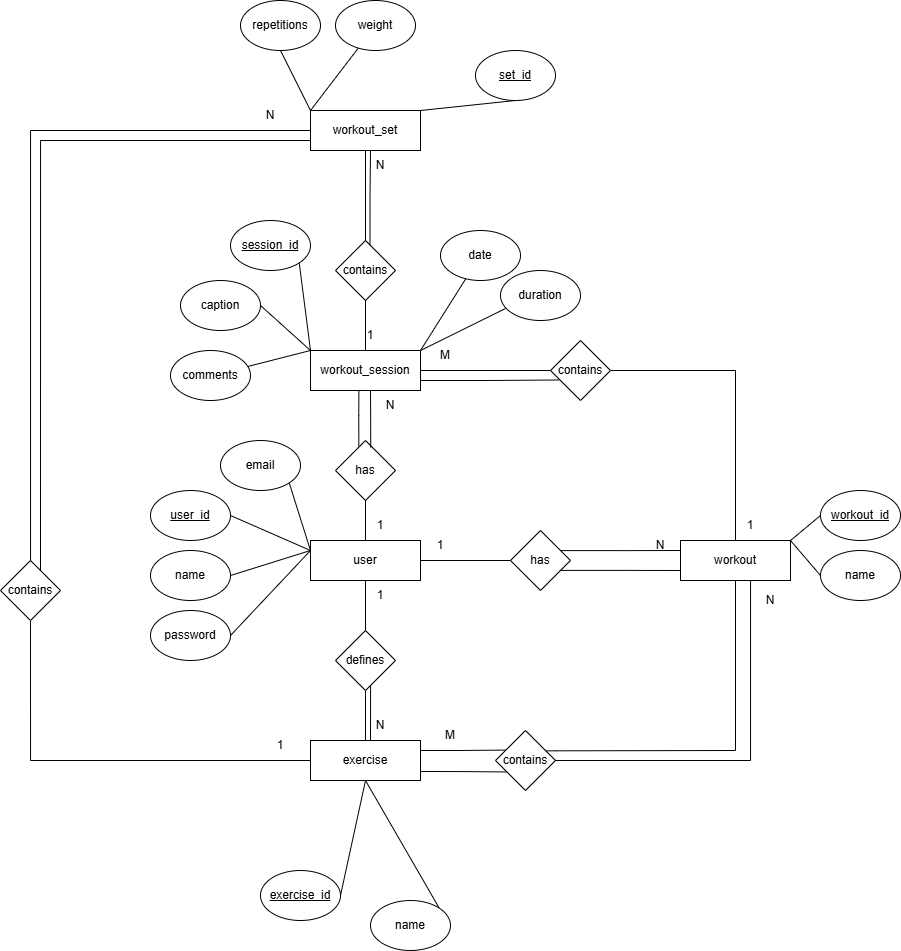
The draw.io diagram docs/workout_ermodel.png in Zabuelis/LiftingPal, before a commit. Source tidied: cells renumbered, new cells last; positions are measured from the earlier drawing's top-left corner, leaving out a move shared by most shapes.
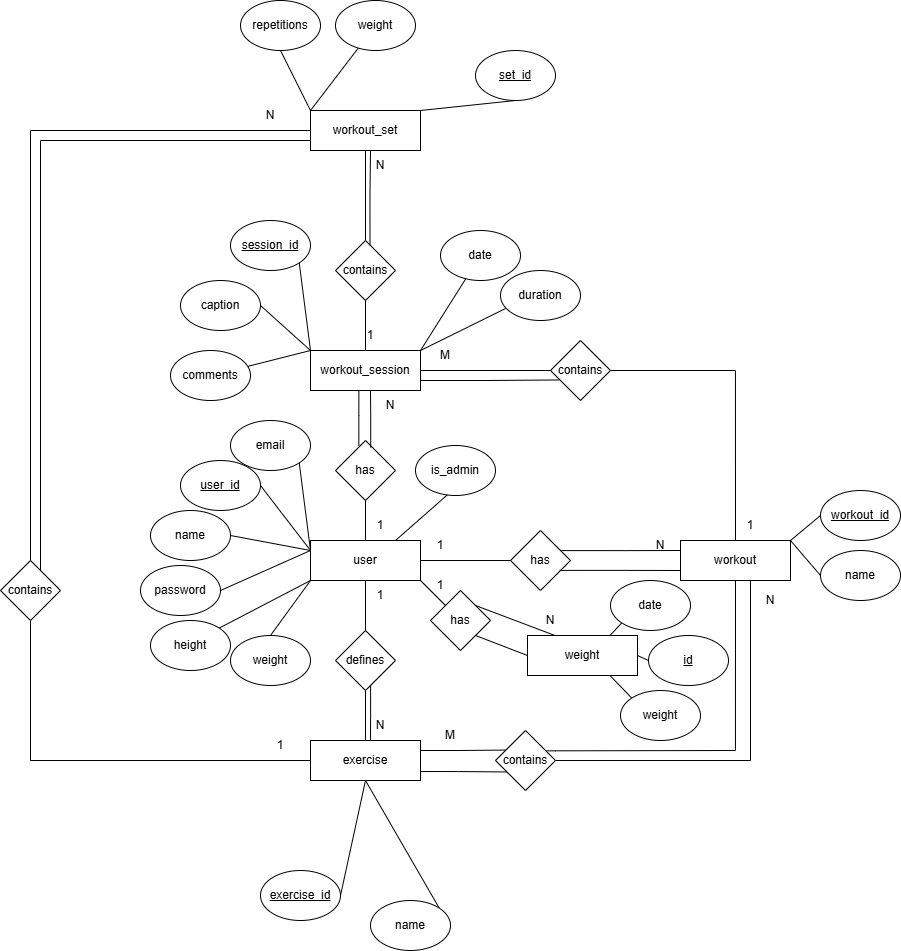
Later version of the same file.

What changed in the source:
```diff
@@ -11,6 +11,15 @@
     <mxCell id="4" style="edgeStyle=orthogonalEdgeStyle;rounded=0;jettySize=auto;html=1;exitX=0.5;exitY=1;exitDx=0;exitDy=0;entryX=0.5;entryY=0;entryDx=0;entryDy=0;endArrow=none;endFill=0;" parent="1" edge="1" source="5" target="29">
       <mxGeometry relative="1" as="geometry" />
     </mxCell>
+    <mxCell id="82" style="rounded=0;jettySize=auto;html=1;exitX=1;exitY=1;exitDx=0;exitDy=0;entryX=0;entryY=0;entryDx=0;entryDy=0;endArrow=none;endFill=0;" parent="1" edge="1" source="5" target="91">
+      <mxGeometry relative="1" as="geometry" />
+    </mxCell>
+    <mxCell id="83" style="rounded=0;jettySize=auto;html=1;exitX=0;exitY=1;exitDx=0;exitDy=0;entryX=1;entryY=0;entryDx=0;entryDy=0;endArrow=none;endFill=0;" parent="1" edge="1" source="5" target="97">
+      <mxGeometry relative="1" as="geometry" />
+    </mxCell>
+    <mxCell id="84" style="rounded=0;jettySize=auto;html=1;exitX=0;exitY=1;exitDx=0;exitDy=0;entryX=0.5;entryY=0;entryDx=0;entryDy=0;endArrow=none;endFill=0;" parent="1" edge="1" source="5" target="98">
+      <mxGeometry relative="1" as="geometry" />
+    </mxCell>
     <mxCell id="5" value="user" style="rounded=0;whiteSpace=wrap;html=1;" parent="1" vertex="1">
       <mxGeometry x="310" y="540" width="110" height="40" as="geometry" />
     </mxCell>
@@ -112,7 +121,7 @@
       <mxGeometry relative="1" as="geometry" />
     </mxCell>
     <mxCell id="36" value="&lt;u&gt;user_id&lt;/u&gt;" style="ellipse;whiteSpace=wrap;html=1;" parent="1" vertex="1">
-      <mxGeometry x="150" y="490" width="80" height="50" as="geometry" />
+      <mxGeometry x="180" y="460" width="80" height="50" as="geometry" />
     </mxCell>
     <mxCell id="37" style="rounded=0;jettySize=auto;html=1;exitX=1;exitY=0.5;exitDx=0;exitDy=0;endArrow=none;endFill=0;" parent="1" edge="1" source="38">
       <mxGeometry relative="1" as="geometry">
@@ -120,7 +129,7 @@
       </mxGeometry>
     </mxCell>
     <mxCell id="38" value="name" style="ellipse;whiteSpace=wrap;html=1;" parent="1" vertex="1">
-      <mxGeometry x="150" y="550" width="80" height="50" as="geometry" />
+      <mxGeometry x="150" y="510" width="80" height="50" as="geometry" />
     </mxCell>
     <mxCell id="39" style="rounded=0;jettySize=auto;html=1;exitX=1;exitY=0.5;exitDx=0;exitDy=0;endArrow=none;endFill=0;" parent="1" edge="1" source="40">
       <mxGeometry relative="1" as="geometry">
@@ -128,13 +137,13 @@
       </mxGeometry>
     </mxCell>
     <mxCell id="40" value="password" style="ellipse;whiteSpace=wrap;html=1;" parent="1" vertex="1">
-      <mxGeometry x="150" y="610" width="80" height="50" as="geometry" />
+      <mxGeometry x="140" y="565" width="80" height="50" as="geometry" />
     </mxCell>
     <mxCell id="41" style="rounded=0;jettySize=auto;html=1;exitX=1;exitY=1;exitDx=0;exitDy=0;entryX=0;entryY=0.25;entryDx=0;entryDy=0;endArrow=none;endFill=0;" parent="1" edge="1" source="42" target="5">
       <mxGeometry relative="1" as="geometry" />
     </mxCell>
     <mxCell id="42" value="email" style="ellipse;whiteSpace=wrap;html=1;" parent="1" vertex="1">
-      <mxGeometry x="220" y="440" width="80" height="50" as="geometry" />
+      <mxGeometry x="230" y="420" width="80" height="50" as="geometry" />
     </mxCell>
     <mxCell id="43" style="rounded=0;jettySize=auto;html=1;exitX=1;exitY=0.5;exitDx=0;exitDy=0;entryX=0.5;entryY=1;entryDx=0;entryDy=0;endArrow=none;endFill=0;" parent="1" edge="1" source="44" target="19">
       <mxGeometry relative="1" as="geometry" />
@@ -273,5 +282,53 @@
         <mxPoint x="370" y="740" as="targetPoint" />
       </mxGeometry>
     </mxCell>
+    <mxCell id="85" style="rounded=0;jettySize=auto;html=1;exitX=0.75;exitY=0;exitDx=0;exitDy=0;entryX=0;entryY=1;entryDx=0;entryDy=0;endArrow=none;endFill=0;" parent="1" edge="1" source="88" target="94">
+      <mxGeometry relative="1" as="geometry" />
+    </mxCell>
+    <mxCell id="86" style="rounded=0;jettySize=auto;html=1;exitX=1;exitY=0.5;exitDx=0;exitDy=0;entryX=0;entryY=0.5;entryDx=0;entryDy=0;endArrow=none;endFill=0;" parent="1" edge="1" source="88" target="95">
+      <mxGeometry relative="1" as="geometry" />
+    </mxCell>
+    <mxCell id="87" style="rounded=0;jettySize=auto;html=1;exitX=0.75;exitY=1;exitDx=0;exitDy=0;entryX=0;entryY=0;entryDx=0;entryDy=0;endArrow=none;endFill=0;" parent="1" edge="1" source="88" target="96">
+      <mxGeometry relative="1" as="geometry" />
+    </mxCell>
+    <mxCell id="88" value="weight" style="rounded=0;whiteSpace=wrap;html=1;" parent="1" vertex="1">
+      <mxGeometry x="527" y="635" width="110" height="40" as="geometry" />
+    </mxCell>
+    <mxCell id="89" style="rounded=0;jettySize=auto;html=1;exitX=1;exitY=0;exitDx=0;exitDy=0;entryX=0.25;entryY=0;entryDx=0;entryDy=0;endArrow=none;endFill=0;" parent="1" edge="1" source="91" target="88">
+      <mxGeometry relative="1" as="geometry" />
+    </mxCell>
+    <mxCell id="90" style="rounded=0;jettySize=auto;html=1;exitX=1;exitY=1;exitDx=0;exitDy=0;entryX=0;entryY=0.5;entryDx=0;entryDy=0;endArrow=none;endFill=0;" parent="1" edge="1" source="91" target="88">
+      <mxGeometry relative="1" as="geometry" />
+    </mxCell>
+    <mxCell id="91" value="has" style="rhombus;whiteSpace=wrap;html=1;" parent="1" vertex="1">
+      <mxGeometry x="430" y="590" width="60" height="60" as="geometry" />
+    </mxCell>
+    <mxCell id="92" value="1" style="text;html=1;whiteSpace=wrap;strokeColor=none;fillColor=none;align=center;verticalAlign=middle;rounded=0;" parent="1" vertex="1">
+      <mxGeometry x="410" y="570" width="60" height="30" as="geometry" />
+    </mxCell>
+    <mxCell id="93" value="N" style="text;html=1;whiteSpace=wrap;strokeColor=none;fillColor=none;align=center;verticalAlign=middle;rounded=0;" parent="1" vertex="1">
+      <mxGeometry x="520" y="605" width="60" height="30" as="geometry" />
+    </mxCell>
+    <mxCell id="94" value="date" style="ellipse;whiteSpace=wrap;html=1;" parent="1" vertex="1">
+      <mxGeometry x="610" y="580" width="80" height="50" as="geometry" />
+    </mxCell>
+    <mxCell id="95" value="&lt;u&gt;id&lt;/u&gt;" style="ellipse;whiteSpace=wrap;html=1;" parent="1" vertex="1">
+      <mxGeometry x="648" y="635" width="80" height="50" as="geometry" />
+    </mxCell>
+    <mxCell id="96" value="weight" style="ellipse;whiteSpace=wrap;html=1;" parent="1" vertex="1">
+      <mxGeometry x="620" y="690" width="80" height="50" as="geometry" />
+    </mxCell>
+    <mxCell id="97" value="height" style="ellipse;whiteSpace=wrap;html=1;" parent="1" vertex="1">
+      <mxGeometry x="150" y="620" width="80" height="50" as="geometry" />
+    </mxCell>
+    <mxCell id="98" value="weight" style="ellipse;whiteSpace=wrap;html=1;" parent="1" vertex="1">
+      <mxGeometry x="230" y="635" width="80" height="50" as="geometry" />
+    </mxCell>
+    <mxCell id="99" value="is_admin" style="ellipse;whiteSpace=wrap;html=1;" parent="1" vertex="1">
+      <mxGeometry x="415" y="445" width="80" height="50" as="geometry" />
+    </mxCell>
+    <mxCell id="100" style="rounded=0;jettySize=auto;html=1;exitX=0.75;exitY=1;exitDx=0;exitDy=0;entryX=0.398;entryY=0.987;entryDx=0;entryDy=0;entryPerimeter=0;endArrow=none;endFill=0;" parent="1" edge="1" source="59" target="99">
+      <mxGeometry relative="1" as="geometry" />
+    </mxCell>
   </root>
 </mxGraphModel>
```
